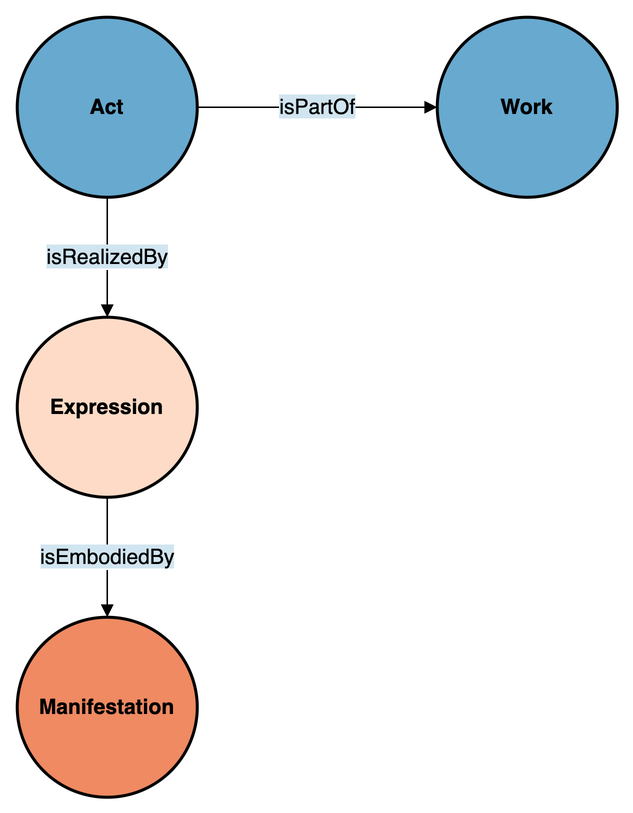
Earlier version of the draw.io export doc/img/oc_general.png (swiss/fedlex-jolux). Source tidied: cells renumbered, new cells last; positions are measured from the earlier drawing's top-left corner, leaving out a move shared by most shapes.
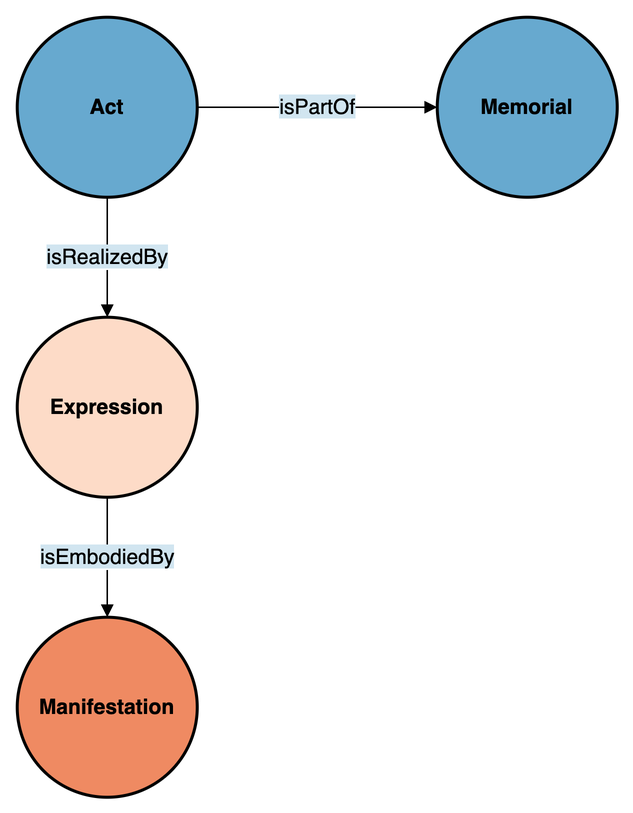
Later version of the same file.

The edit, as a diff of the source:
```diff
@@ -17,7 +17,7 @@
     <mxCell id="6" value="&lt;span style=&quot;background-color: rgb(209, 229, 240);&quot;&gt;isEmbodiedBy&lt;/span&gt;" style="endArrow=block;html=1;strokeColor=#000000;fontSize=14;fontColor=#000000;endFill=1;exitX=0.5;exitY=1;exitDx=0;exitDy=0;entryX=0.5;entryY=0;entryDx=0;entryDy=0;" parent="1" edge="1" source="4" target="5">
       <mxGeometry relative="1" as="geometry" />
     </mxCell>
-    <mxCell id="7" value="&lt;b&gt;Work&lt;br&gt;&lt;/b&gt;" style="ellipse;whiteSpace=wrap;html=1;rounded=0;shadow=0;glass=0;comic=0;strokeColor=#000000;strokeWidth=2;fillColor=#67A9CF;gradientColor=none;fontSize=14;fontColor=#000000;align=center;" parent="1" vertex="1">
+    <mxCell id="7" value="&lt;b&gt;Memorial&lt;br&gt;&lt;/b&gt;" style="ellipse;whiteSpace=wrap;html=1;rounded=0;shadow=0;glass=0;comic=0;strokeColor=#000000;strokeWidth=2;fillColor=#67A9CF;gradientColor=none;fontSize=14;fontColor=#000000;align=center;" parent="1" vertex="1">
       <mxGeometry x="280" width="120" height="120" as="geometry" />
     </mxCell>
     <mxCell id="8" value="&lt;span style=&quot;background-color: rgb(209, 229, 240);&quot;&gt;isPartOf&lt;/span&gt;" style="endArrow=block;html=1;strokeColor=#000000;fontSize=14;fontColor=#000000;endFill=1;exitX=1;exitY=0.5;exitDx=0;exitDy=0;entryX=0;entryY=0.5;entryDx=0;entryDy=0;" parent="1" edge="1" source="2" target="7">
```
